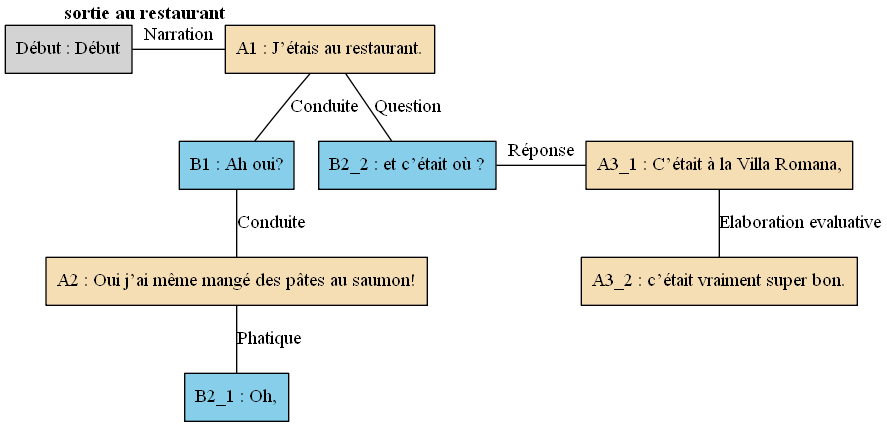
The Graphviz diagram arbres/Bac_a_sable/Bac_a_sable_-_E07.gv.png in AlaixComet/AnnotationSlamPTut, before a commit. Its source is kept beside it as arbres/Bac_a_sable/Bac_a_sable_-_E07.gv. The source it was exported from:
```dot
digraph E07 {
	node [shape=box style=filled]
	"Début" [label="Début : Début" xlabel=""]
	A1 [label="A1 : J’étais au restaurant." fillcolor=wheat xlabel=<<B>sortie au restaurant</B>>]
	B1 [label="B1 : Ah oui?" fillcolor=skyblue xlabel=""]
	A2 [label="A2 : Oui j’ai même mangé des pâtes au saumon!" fillcolor=wheat xlabel=""]
	B2_1 [label="B2_1 : Oh," fillcolor=skyblue xlabel=""]
	B2_2 [label="B2_2 : et c’était où ?" fillcolor=skyblue xlabel=""]
	A3_1 [label="A3_1 : C’était à la Villa Romana," fillcolor=wheat xlabel=""]
	A3_2 [label="A3_2 : c’était vraiment super bon." fillcolor=wheat xlabel=""]
	{
		rank=same
		"Début"
		A1
		"Début" -> A1 [label=Narration dir=none]
	}
	A1 -> B1 [label=Conduite dir=none]
	B1 -> A2 [label=Conduite dir=none]
	A2 -> B2_1 [label=Phatique dir=none]
	A1 -> B2_2 [label=Question dir=none]
	{
		rank=same
		B2_2
		A3_1
		B2_2 -> A3_1 [label="Réponse" dir=none]
	}
	A3_1 -> A3_2 [label="Elaboration evaluative" dir=none]
}
```
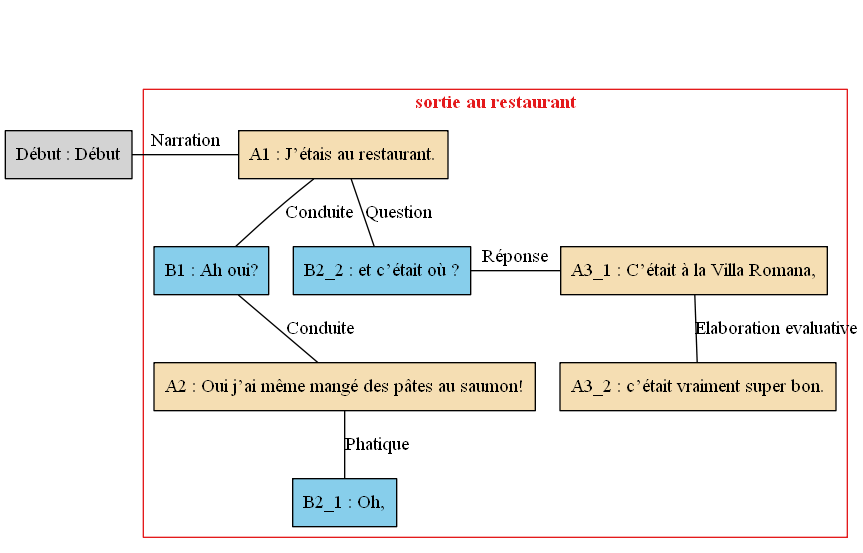
The same diagram one commit later.

Change to the diagram source:
```diff
@@ -1,28 +1,36 @@
 digraph E07 {
 	node [shape=box style=filled]
-	"Début" [label="Début : Début" xlabel=""]
-	A1 [label="A1 : J’étais au restaurant." fillcolor=wheat xlabel=<<B>sortie au restaurant</B>>]
-	B1 [label="B1 : Ah oui?" fillcolor=skyblue xlabel=""]
-	A2 [label="A2 : Oui j’ai même mangé des pâtes au saumon!" fillcolor=wheat xlabel=""]
-	B2_1 [label="B2_1 : Oh," fillcolor=skyblue xlabel=""]
-	B2_2 [label="B2_2 : et c’était où ?" fillcolor=skyblue xlabel=""]
-	A3_1 [label="A3_1 : C’était à la Villa Romana," fillcolor=wheat xlabel=""]
-	A3_2 [label="A3_2 : c’était vraiment super bon." fillcolor=wheat xlabel=""]
-	{
-		rank=same
-		"Début"
+	newrank=true
+	zero [style=invis]
+	"Début" [label="Début : Début"]
+	A1 [label="A1 : J’étais au restaurant." fillcolor=wheat]
+	B1 [label="B1 : Ah oui?" fillcolor=skyblue]
+	A2 [label="A2 : Oui j’ai même mangé des pâtes au saumon!" fillcolor=wheat]
+	B2_1 [label="B2_1 : Oh," fillcolor=skyblue]
+	B2_2 [label="B2_2 : et c’était où ?" fillcolor=skyblue]
+	A3_1 [label="A3_1 : C’était à la Villa Romana," fillcolor=wheat]
+	A3_2 [label="A3_2 : c’était vraiment super bon." fillcolor=wheat]
+	zero -> "Début" [label="" style=invis]
+	zero -> A1 [style=invis weight=1]
+	"Début" -> A1 [label=Narration constraint=false dir=none]
+	A1 -> B1 [label=Conduite dir=none weight=2]
+	B1 -> A2 [label=Conduite dir=none weight=2]
+	A2 -> B2_1 [label=Phatique dir=none weight=2]
+	A1 -> B2_2 [label=Question dir=none weight=2]
+	A1 -> A3_1 [style=invis weight=1]
+	B2_2 -> A3_1 [label="Réponse" constraint=false dir=none]
+	A3_1 -> A3_2 [label="Elaboration evaluative" dir=none weight=2]
+	subgraph cluster_1 {
+		label=<<B>sortie au restaurant</B>>
+		colorscheme=set19
+		color=1
+		fontcolor=1
 		A1
-		"Début" -> A1 [label=Narration dir=none]
-	}
-	A1 -> B1 [label=Conduite dir=none]
-	B1 -> A2 [label=Conduite dir=none]
-	A2 -> B2_1 [label=Phatique dir=none]
-	A1 -> B2_2 [label=Question dir=none]
-	{
-		rank=same
+		B1
+		A2
+		B2_1
 		B2_2
 		A3_1
-		B2_2 -> A3_1 [label="Réponse" dir=none]
+		A3_2
 	}
-	A3_1 -> A3_2 [label="Elaboration evaluative" dir=none]
 }
```
